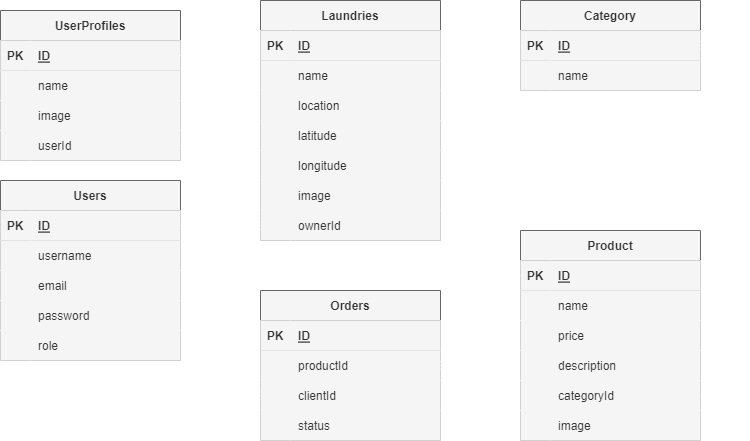
This is schema.drawio.png from Papi-Laundry/back-end, a draw.io export, as it was before one commit. Source tidied: cells renumbered, new cells last; positions are measured from the earlier drawing's top-left corner, leaving out a move shared by most shapes.
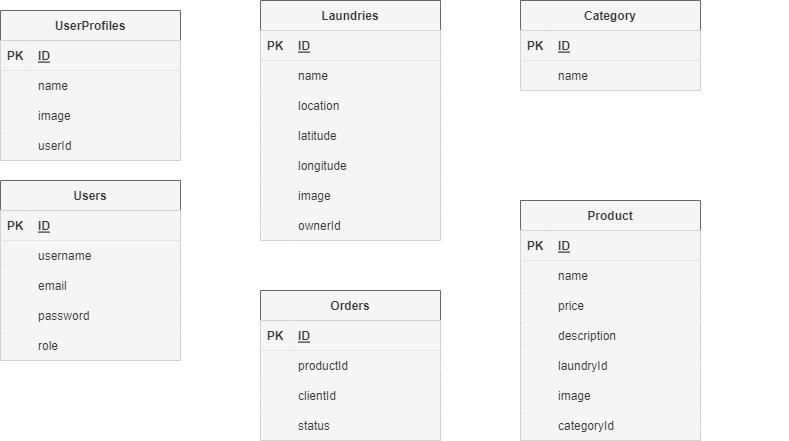
After the commit.

Commit message:
update schema references

The edit, as a diff of the source:
```diff
@@ -117,7 +117,7 @@
       <mxGeometry x="30" width="150" height="30" as="geometry" />
     </mxCell>
     <mxCell id="40" value="Product" style="shape=table;startSize=30;rowLines=0;fontStyle=1;align=center;fillColor=#f5f5f5;fontColor=#333333;strokeColor=#666666;" parent="1" vertex="1">
-      <mxGeometry x="520" y="230" width="180" height="210" as="geometry" />
+      <mxGeometry x="520" y="200" width="180" height="240" as="geometry" />
     </mxCell>
     <mxCell id="41" style="shape=tableRow;horizontal=0;startSize=0;swimlaneHead=0;swimlaneBody=0;fillColor=#f5f5f5;points=[[0,0.5],[1,0.5]];portConstraint=eastwest;top=0;left=0;right=0;bottom=1;fontColor=#333333;strokeColor=#666666;" parent="40" vertex="1">
       <mxGeometry y="30" width="180" height="30" as="geometry" />
@@ -161,7 +161,7 @@
     <mxCell id="54" style="shape=partialRectangle;fillColor=#f5f5f5;top=0;left=0;bottom=0;right=0;overflow=hidden;fontColor=#333333;strokeColor=#666666;" parent="53" vertex="1">
       <mxGeometry width="30" height="30" as="geometry" />
     </mxCell>
-    <mxCell id="55" value="categoryId" style="shape=partialRectangle;fillColor=#f5f5f5;top=0;left=0;bottom=0;right=0;align=left;spacingLeft=6;overflow=hidden;fontColor=#333333;strokeColor=#666666;" parent="53" vertex="1">
+    <mxCell id="55" value="laundryId" style="shape=partialRectangle;fillColor=#f5f5f5;top=0;left=0;bottom=0;right=0;align=left;spacingLeft=6;overflow=hidden;fontColor=#333333;strokeColor=#666666;" parent="53" vertex="1">
       <mxGeometry x="30" width="150" height="30" as="geometry" />
     </mxCell>
     <mxCell id="56" style="shape=tableRow;horizontal=0;startSize=0;swimlaneHead=0;swimlaneBody=0;fillColor=#f5f5f5;top=0;left=0;right=0;bottom=0;fontColor=#333333;strokeColor=#666666;" parent="40" vertex="1">
@@ -173,6 +173,15 @@
     <mxCell id="58" value="image" style="shape=partialRectangle;fillColor=#f5f5f5;top=0;left=0;bottom=0;right=0;align=left;spacingLeft=6;overflow=hidden;fontColor=#333333;strokeColor=#666666;" parent="56" vertex="1">
       <mxGeometry x="30" width="150" height="30" as="geometry" />
     </mxCell>
+    <mxCell id="98" style="shape=tableRow;horizontal=0;startSize=0;swimlaneHead=0;swimlaneBody=0;fillColor=#f5f5f5;points=[[0,0.5],[1,0.5]];portConstraint=eastwest;top=0;left=0;right=0;bottom=0;fontColor=#333333;strokeColor=#666666;" parent="40" vertex="1">
+      <mxGeometry y="210" width="180" height="30" as="geometry" />
+    </mxCell>
+    <mxCell id="99" style="shape=partialRectangle;fillColor=#f5f5f5;top=0;left=0;bottom=0;right=0;overflow=hidden;fontColor=#333333;strokeColor=#666666;" parent="98" vertex="1">
+      <mxGeometry width="30" height="30" as="geometry" />
+    </mxCell>
+    <mxCell id="100" value="categoryId" style="shape=partialRectangle;fillColor=#f5f5f5;top=0;left=0;bottom=0;right=0;align=left;spacingLeft=6;overflow=hidden;fontColor=#333333;strokeColor=#666666;" parent="98" vertex="1">
+      <mxGeometry x="30" width="150" height="30" as="geometry" />
+    </mxCell>
     <mxCell id="59" value="Category" style="shape=table;startSize=30;rowLines=0;fontStyle=1;align=center;fillColor=#f5f5f5;fontColor=#333333;strokeColor=#666666;" parent="1" vertex="1">
       <mxGeometry x="520" width="180" height="90" as="geometry" />
     </mxCell>
@@ -283,12 +292,12 @@
     <mxCell id="93" style="edgeStyle=none;html=1;exitX=0;exitY=0.5;exitDx=0;exitDy=0;entryX=1;entryY=0.5;entryDx=0;entryDy=0;startArrow=none;startFill=0;endArrow=ERmany;endFill=0;fillColor=#f5f5f5;strokeColor=#FFFFFF;" parent="1" edge="1" source="41" target="83">
       <mxGeometry relative="1" as="geometry">
         <Array as="points">
-          <mxPoint x="480" y="275" />
+          <mxPoint x="480" y="245" />
           <mxPoint x="480" y="365" />
         </Array>
       </mxGeometry>
     </mxCell>
-    <mxCell id="94" style="edgeStyle=none;html=1;exitX=1;exitY=0.5;exitDx=0;exitDy=0;entryX=0;entryY=0.5;entryDx=0;entryDy=0;startArrow=ERmany;startFill=0;endArrow=none;endFill=0;fillColor=#f5f5f5;strokeColor=#FFFFFF;" parent="1" edge="1" source="x" target="60">
+    <mxCell id="94" style="edgeStyle=none;html=1;exitX=1;exitY=0.5;exitDx=0;exitDy=0;entryX=0;entryY=0.5;entryDx=0;entryDy=0;startArrow=ERmany;startFill=0;endArrow=none;endFill=0;fillColor=#f5f5f5;strokeColor=#FFFFFF;" parent="1" edge="1" target="60">
       <mxGeometry relative="1" as="geometry">
         <Array as="points">
           <mxPoint x="480" y="255" />
@@ -306,11 +315,13 @@
         </Array>
       </mxGeometry>
     </mxCell>
-    <mxCell id="96" style="edgeStyle=none;html=1;exitX=1;exitY=0.5;exitDx=0;exitDy=0;entryX=1;entryY=0.5;entryDx=0;entryDy=0;strokeColor=#FFFFFF;endArrow=ERmany;endFill=0;" parent="1" edge="1" source="53" target="60">
+    <mxCell id="96" style="edgeStyle=none;html=1;exitX=1;exitY=0.5;exitDx=0;exitDy=0;entryX=1;entryY=0.5;entryDx=0;entryDy=0;strokeColor=#FFFFFF;endArrow=none;endFill=0;startArrow=ERmany;startFill=0;" parent="1" edge="1" source="53" target="19">
       <mxGeometry relative="1" as="geometry">
         <Array as="points">
-          <mxPoint x="740" y="395" />
-          <mxPoint x="740" y="45" />
+          <mxPoint x="740" y="365" />
+          <mxPoint x="740" y="160" />
+          <mxPoint x="480" y="160" />
+          <mxPoint x="480" y="45" />
         </Array>
       </mxGeometry>
     </mxCell>
@@ -324,5 +335,13 @@
         </Array>
       </mxGeometry>
     </mxCell>
+    <mxCell id="101" style="edgeStyle=none;html=1;exitX=1;exitY=0.5;exitDx=0;exitDy=0;entryX=1;entryY=0.5;entryDx=0;entryDy=0;endArrow=none;endFill=0;startArrow=ERmany;startFill=0;strokeColor=#FFFFFF;" parent="1" edge="1" source="98" target="60">
+      <mxGeometry relative="1" as="geometry">
+        <Array as="points">
+          <mxPoint x="780" y="425" />
+          <mxPoint x="780" y="45" />
+        </Array>
+      </mxGeometry>
+    </mxCell>
   </root>
 </mxGraphModel>
```
